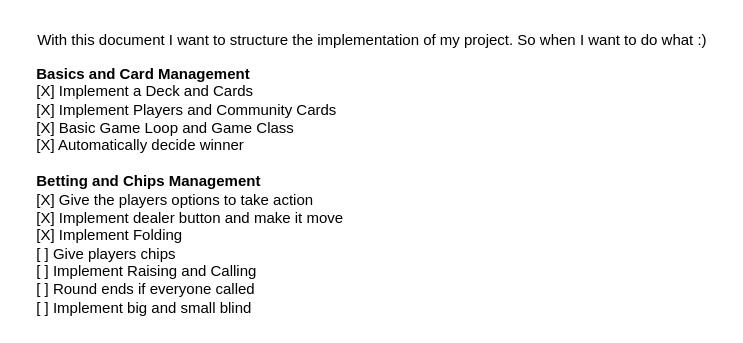
The draw.io diagram design/tasks.drawio in YSchilling/pokernight, before the edit. Source tidied: cells renumbered, new cells numbered last; positions are measured from the earlier drawing's top-left corner, leaving out a move shared by most shapes. Both pictures are drawn from the tidied source at 125%, with x=0, y=0 at pixel (21, 21).
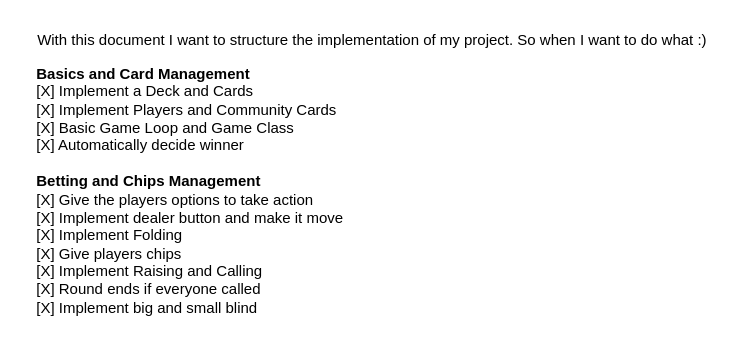
The same diagram, later.

The edit, as a diff of the source:
```diff
@@
 <mxGraphModel>
   <root>
     <mxCell id="0" />
     <mxCell id="1" parent="0" />
     <mxCell id="2" value="With this document I want to structure the implementation of my project. So when I want to do what :)" style="text;html=1;align=center;verticalAlign=middle;strokeColor=none;fillColor=none;" parent="1" vertex="1">
       <mxGeometry width="560" height="30" as="geometry" />
     </mxCell>
-    <mxCell id="3" value="&lt;b&gt;Basics and Card Management&lt;/b&gt;&lt;br&gt;[X] Implement a Deck and Cards&lt;br&gt;[X] Implement Players and Community Cards&lt;br&gt;[X] Basic Game Loop and Game Class&lt;br&gt;[X] Automatically decide winner&lt;br&gt;&lt;b&gt;&lt;br&gt;Betting and Chips Management&lt;br&gt;&lt;/b&gt;[X] Give the players options to take action&lt;br&gt;[X] Implement dealer button and make it move&lt;br&gt;[X] Implement Folding&lt;br&gt;[ ] Give players chips&lt;br&gt;[ ] Implement Raising and Calling&lt;br&gt;[ ] Round ends if everyone called&lt;br&gt;[ ] Implement big and small blind" style="text;html=1;align=left;verticalAlign=middle;strokeColor=none;fillColor=none;" parent="1" vertex="1">
+    <mxCell id="3" value="&lt;b&gt;Basics and Card Management&lt;/b&gt;&lt;br&gt;[X] Implement a Deck and Cards&lt;br&gt;[X] Implement Players and Community Cards&lt;br&gt;[X] Basic Game Loop and Game Class&lt;br&gt;[X] Automatically decide winner&lt;br&gt;&lt;b&gt;&lt;br&gt;Betting and Chips Management&lt;br&gt;&lt;/b&gt;[X] Give the players options to take action&lt;br&gt;[X] Implement dealer button and make it move&lt;br&gt;[X] Implement Folding&lt;br&gt;[X] Give players chips&lt;br&gt;[X] Implement Raising and Calling&lt;br&gt;[X] Round ends if everyone called&lt;br&gt;[X] Implement big and small blind" style="text;html=1;align=left;verticalAlign=middle;strokeColor=none;fillColor=none;" parent="1" vertex="1">
       <mxGeometry x="10" y="30" width="270" height="210" as="geometry" />
     </mxCell>
   </root>
 </mxGraphModel>
```
